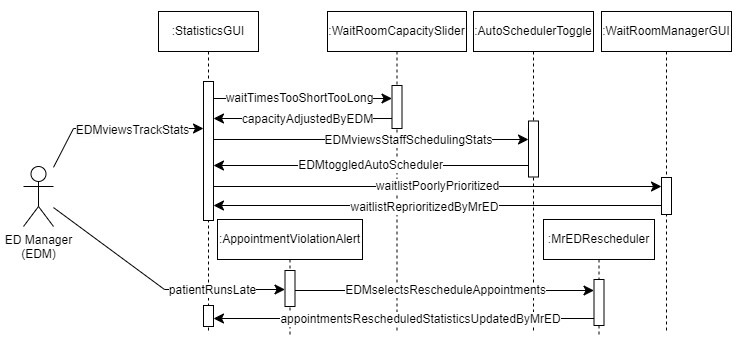
Earlier version of the draw.io export AmirWork/M2/ED_Manager_SequenceDiagram.drawio.png (SENG-350-2024-fall/Team9). Source tidied: cells renumbered, new cells last; positions are measured from the earlier drawing's top-left corner, leaving out a move shared by most shapes.
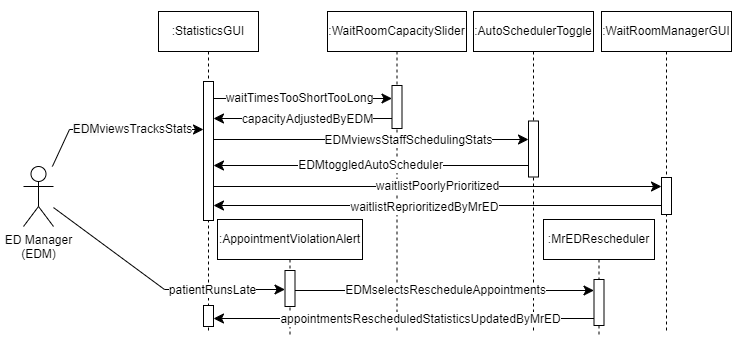
The same diagram one commit later.

Change to the diagram source:
```diff
@@ -26,13 +26,13 @@
     <mxCell id="9" style="edgeStyle=none;curved=0;rounded=0;jettySize=auto;html=1;fontSize=12;startSize=8;endSize=8;" parent="1" edge="1" source="13" target="5">
       <mxGeometry x="-0.02" y="4" relative="1" as="geometry">
         <Array as="points">
-          <mxPoint x="73" y="128" />
+          <mxPoint x="69" y="129" />
         </Array>
       </mxGeometry>
     </mxCell>
-    <mxCell id="10" value="&lt;span style=&quot;background-color: rgb(251, 251, 251);&quot;&gt;EDM&lt;/span&gt;viewsTrackStats" style="edgeLabel;html=1;align=center;verticalAlign=middle;fontSize=12;" parent="9" vertex="1">
+    <mxCell id="10" value="&lt;span style=&quot;background-color: rgb(251, 251, 251);&quot;&gt;EDM&lt;/span&gt;viewsTracksStats" style="edgeLabel;html=1;align=center;verticalAlign=middle;fontSize=12;" parent="9" vertex="1">
       <mxGeometry x="0.09" y="-1" relative="1" as="geometry">
-        <mxPoint x="8" as="offset" />
+        <mxPoint x="8" y="-2" as="offset" />
       </mxGeometry>
     </mxCell>
     <mxCell id="11" style="edgeStyle=none;curved=0;rounded=0;jettySize=auto;html=1;fontSize=12;startSize=8;endSize=8;" parent="1" edge="1" source="13" target="32">
```
